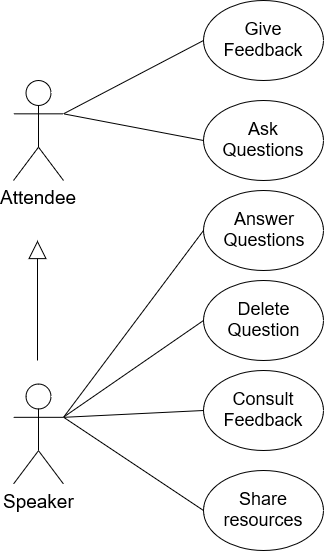
This is Use Case Diagram.png from softeng-feup/open-cx-aacm, a draw.io export, as it was before one commit. Source tidied: cells renumbered, new cells last; positions are measured from the earlier drawing's top-left corner, leaving out a move shared by most shapes.
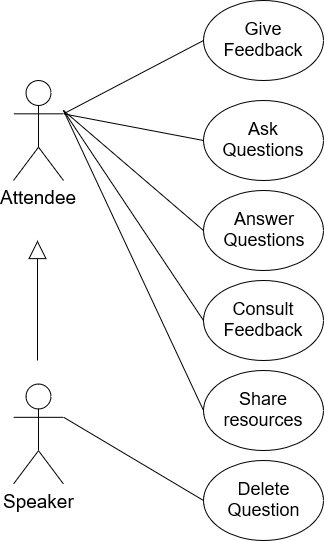
Later version of the same file.

Diff of the diagram source:
```diff
@@ -18,19 +18,19 @@
       <mxGeometry relative="1" as="geometry" />
     </mxCell>
     <mxCell id="7" value="&lt;div&gt;Delete&lt;/div&gt;&lt;div&gt;Question&lt;br&gt;&lt;/div&gt;" style="ellipse;whiteSpace=wrap;html=1;fontSize=18;" parent="1" vertex="1">
-      <mxGeometry x="190" y="280" width="120" height="80" as="geometry" />
+      <mxGeometry x="190" y="460" width="120" height="80" as="geometry" />
     </mxCell>
     <mxCell id="8" value="Share resources" style="ellipse;whiteSpace=wrap;html=1;fontSize=18;" parent="1" vertex="1">
-      <mxGeometry x="190" y="470" width="120" height="80" as="geometry" />
+      <mxGeometry x="190" y="370" width="120" height="80" as="geometry" />
     </mxCell>
     <mxCell id="9" style="endArrow=none;html=1;fontSize=20;entryX=0;entryY=0.5;entryDx=0;entryDy=0;exitX=1;exitY=0.3333333333333333;exitDx=0;exitDy=0;exitPerimeter=0;" parent="1" edge="1" target="7">
       <mxGeometry relative="1" as="geometry">
         <mxPoint x="50" y="416.7" as="sourcePoint" />
       </mxGeometry>
     </mxCell>
-    <mxCell id="10" style="endArrow=none;html=1;fontSize=20;entryX=0;entryY=0.5;entryDx=0;entryDy=0;exitX=1;exitY=0.3333333333333333;exitDx=0;exitDy=0;exitPerimeter=0;" parent="1" edge="1" target="8">
+    <mxCell id="10" style="endArrow=none;html=1;fontSize=20;entryX=0;entryY=0.5;entryDx=0;entryDy=0;" parent="1" edge="1" target="8">
       <mxGeometry relative="1" as="geometry">
-        <mxPoint x="50" y="416.7" as="sourcePoint" />
+        <mxPoint x="50" y="110" as="sourcePoint" />
       </mxGeometry>
     </mxCell>
     <mxCell id="11" style="endArrow=block;endSize=16;endFill=0;html=1;fontSize=19;" parent="1" edge="1">
@@ -46,16 +46,20 @@
       <mxGeometry y="383.5" width="50" height="100" as="geometry" />
     </mxCell>
     <mxCell id="13" value="Consult Feedback" style="ellipse;whiteSpace=wrap;html=1;fontSize=18;" parent="1" vertex="1">
-      <mxGeometry x="190" y="370" width="120" height="80" as="geometry" />
+      <mxGeometry x="190" y="280" width="120" height="80" as="geometry" />
     </mxCell>
-    <mxCell id="14" style="endArrow=none;html=1;fontSize=18;exitX=1;exitY=0.3333333333333333;exitDx=0;exitDy=0;exitPerimeter=0;entryX=0;entryY=0.5;entryDx=0;entryDy=0;" parent="1" edge="1" source="12" target="13">
-      <mxGeometry relative="1" as="geometry" />
+    <mxCell id="14" style="endArrow=none;html=1;fontSize=18;entryX=0;entryY=0.5;entryDx=0;entryDy=0;" parent="1" edge="1" target="13">
+      <mxGeometry relative="1" as="geometry">
+        <mxPoint x="50" y="110" as="sourcePoint" />
+      </mxGeometry>
     </mxCell>
     <mxCell id="15" value="&lt;div&gt;Answer&lt;/div&gt;&lt;div&gt;Questions&lt;br&gt;&lt;/div&gt;" style="ellipse;whiteSpace=wrap;html=1;fontSize=18;" parent="1" vertex="1">
       <mxGeometry x="190" y="190" width="120" height="80" as="geometry" />
     </mxCell>
-    <mxCell id="16" style="endArrow=none;html=1;fontSize=20;entryX=0;entryY=0.5;entryDx=0;entryDy=0;exitX=1;exitY=0.3333333333333333;exitDx=0;exitDy=0;exitPerimeter=0;" parent="1" edge="1" source="12" target="15">
-      <mxGeometry relative="1" as="geometry" />
+    <mxCell id="16" style="endArrow=none;html=1;fontSize=20;entryX=0;entryY=0.5;entryDx=0;entryDy=0;" parent="1" edge="1" target="15">
+      <mxGeometry relative="1" as="geometry">
+        <mxPoint x="50" y="110" as="sourcePoint" />
+      </mxGeometry>
     </mxCell>
   </root>
 </mxGraphModel>
```
